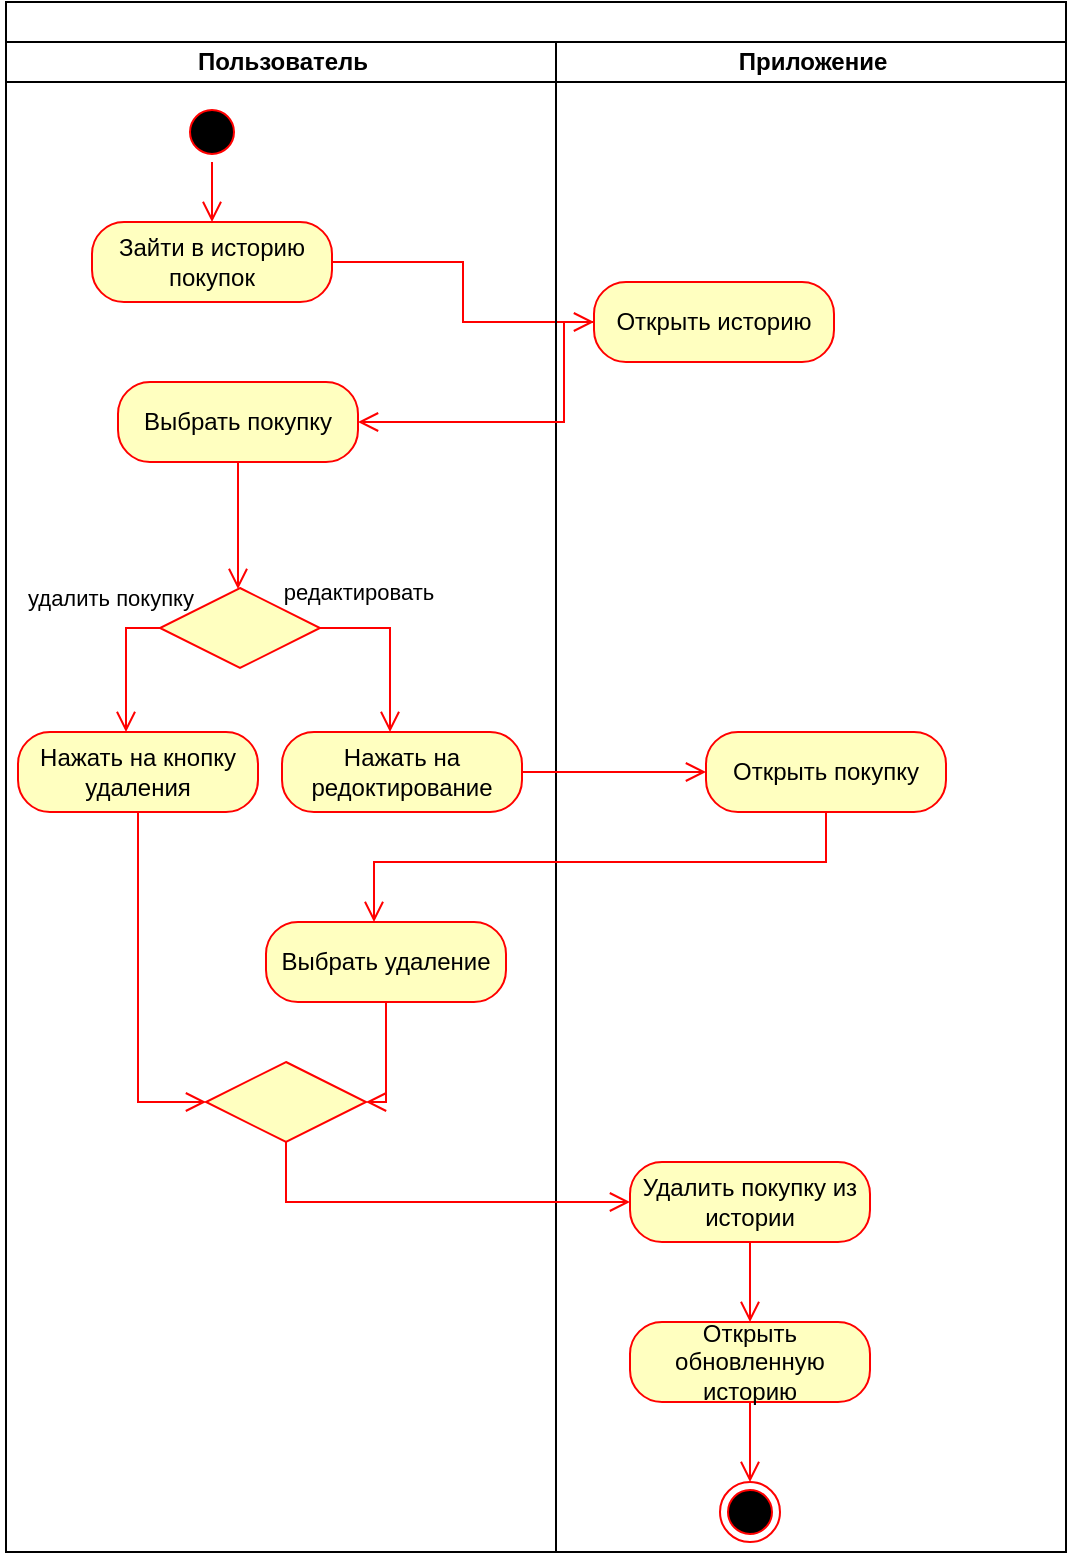
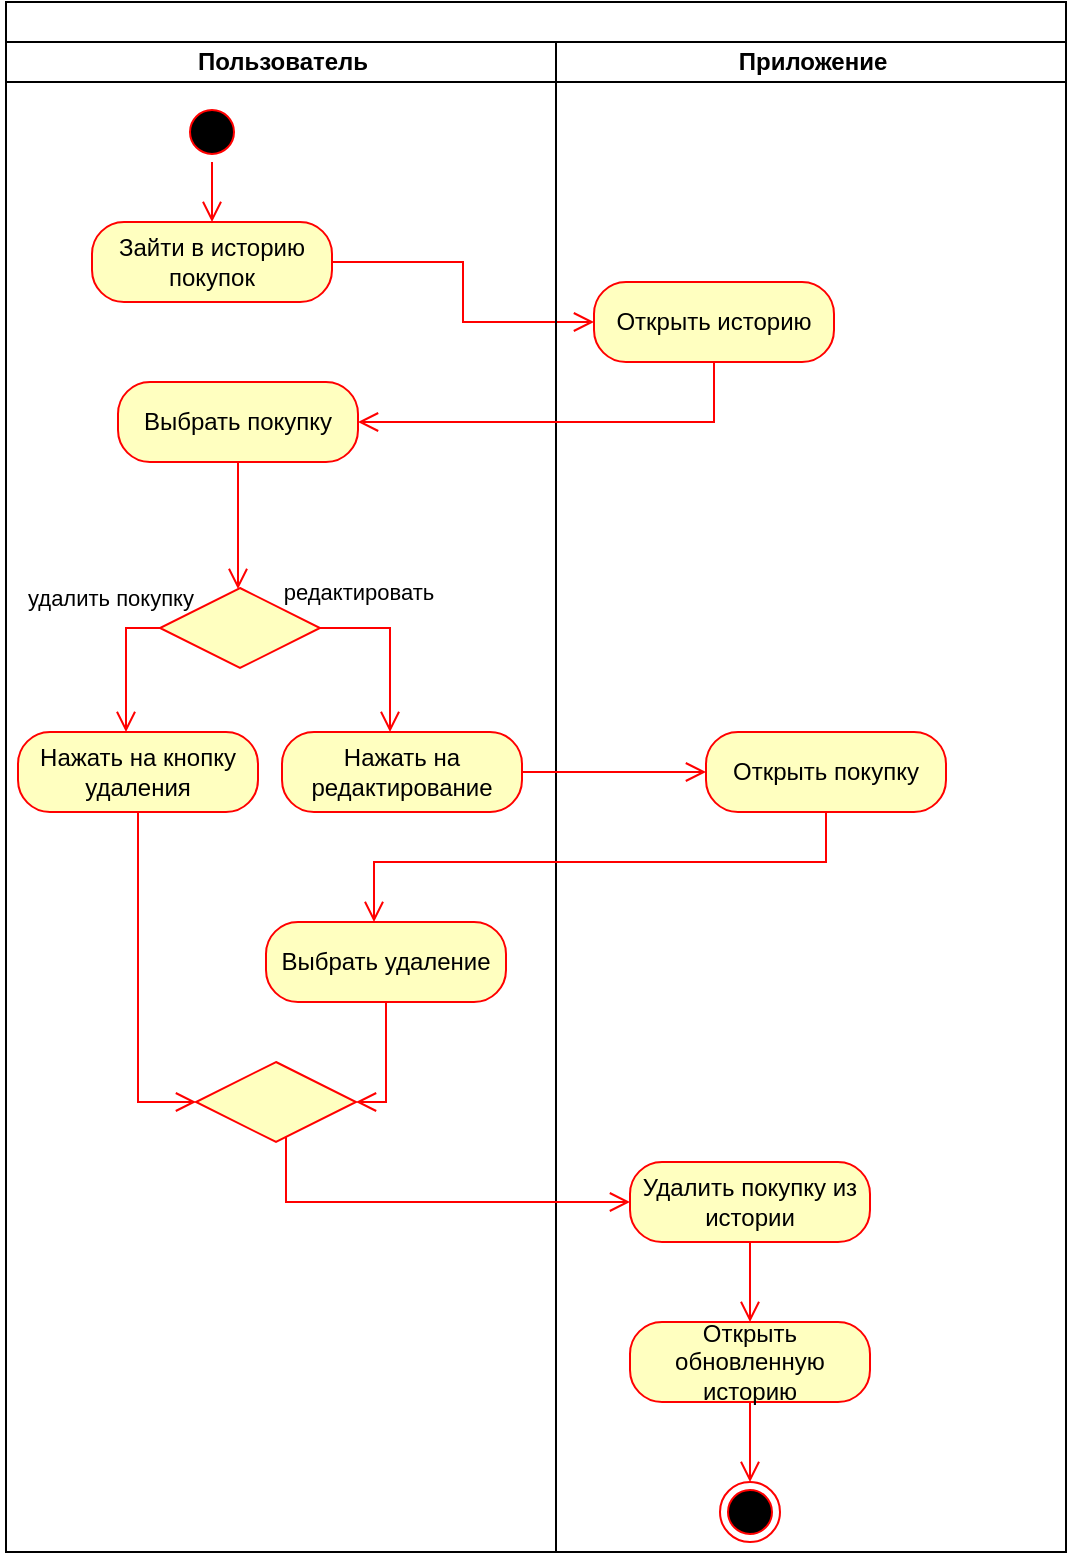
<mxfile host="Electron" agent="Mozilla/5.0 (Windows NT 10.0; Win64; x64) AppleWebKit/537.36 (KHTML, like Gecko) draw.io/27.0.9 Chrome/134.0.6998.205 Electron/35.4.0 Safari/537.36" version="27.0.9">
  <diagram name="Страница — 1" id="5GRrQG2EOqMJ03otw_wd">
    <mxGraphModel dx="1426" dy="841" grid="1" gridSize="10" guides="1" tooltips="1" connect="1" arrows="1" fold="1" page="1" pageScale="1" pageWidth="827" pageHeight="1169" math="0" shadow="0">
      <root>
        <mxCell id="0" />
        <mxCell id="1" parent="0" />
-         <mxCell id="jycF6XS3xGYjkscVFn8B-1" value="" style="swimlane;childLayout=stackLayout;resizeParent=1;resizeParentMax=0;startSize=20;html=1;" vertex="1" parent="1">
+         <mxCell id="jycF6XS3xGYjkscVFn8B-1" value="" style="swimlane;childLayout=stackLayout;resizeParent=1;resizeParentMax=0;startSize=20;html=1;" parent="1" vertex="1">
          <mxGeometry x="170" y="220" width="530" height="775" as="geometry" />
        </mxCell>
-         <mxCell id="jycF6XS3xGYjkscVFn8B-8" value="" style="edgeStyle=orthogonalEdgeStyle;html=1;verticalAlign=bottom;endArrow=open;endSize=8;strokeColor=#ff0000;rounded=0;" edge="1" source="jycF6XS3xGYjkscVFn8B-7" parent="jycF6XS3xGYjkscVFn8B-1" target="jycF6XS3xGYjkscVFn8B-13">
+         <mxCell id="jycF6XS3xGYjkscVFn8B-8" value="" style="edgeStyle=orthogonalEdgeStyle;html=1;verticalAlign=bottom;endArrow=open;endSize=8;strokeColor=#ff0000;rounded=0;" parent="jycF6XS3xGYjkscVFn8B-1" source="jycF6XS3xGYjkscVFn8B-7" target="jycF6XS3xGYjkscVFn8B-13" edge="1">
          <mxGeometry relative="1" as="geometry">
            <mxPoint x="103" y="210" as="targetPoint" />
          </mxGeometry>
        </mxCell>
-         <mxCell id="jycF6XS3xGYjkscVFn8B-2" value="Пользователь" style="swimlane;startSize=20;html=1;" vertex="1" parent="jycF6XS3xGYjkscVFn8B-1">
+         <mxCell id="jycF6XS3xGYjkscVFn8B-2" value="Пользователь" style="swimlane;startSize=20;html=1;" parent="jycF6XS3xGYjkscVFn8B-1" vertex="1">
          <mxGeometry y="20" width="275" height="755" as="geometry" />
        </mxCell>
-         <mxCell id="jycF6XS3xGYjkscVFn8B-5" value="" style="ellipse;html=1;shape=startState;fillColor=#000000;strokeColor=#ff0000;" vertex="1" parent="jycF6XS3xGYjkscVFn8B-2">
+         <mxCell id="jycF6XS3xGYjkscVFn8B-5" value="" style="ellipse;html=1;shape=startState;fillColor=#000000;strokeColor=#ff0000;" parent="jycF6XS3xGYjkscVFn8B-2" vertex="1">
          <mxGeometry x="88" y="30" width="30" height="30" as="geometry" />
        </mxCell>
-         <mxCell id="jycF6XS3xGYjkscVFn8B-6" value="" style="edgeStyle=orthogonalEdgeStyle;html=1;verticalAlign=bottom;endArrow=open;endSize=8;strokeColor=#ff0000;rounded=0;" edge="1" source="jycF6XS3xGYjkscVFn8B-5" parent="jycF6XS3xGYjkscVFn8B-2">
+         <mxCell id="jycF6XS3xGYjkscVFn8B-6" value="" style="edgeStyle=orthogonalEdgeStyle;html=1;verticalAlign=bottom;endArrow=open;endSize=8;strokeColor=#ff0000;rounded=0;" parent="jycF6XS3xGYjkscVFn8B-2" source="jycF6XS3xGYjkscVFn8B-5" edge="1">
          <mxGeometry relative="1" as="geometry">
            <mxPoint x="103" y="90" as="targetPoint" />
          </mxGeometry>
        </mxCell>
-         <mxCell id="jycF6XS3xGYjkscVFn8B-7" value="Зайти в историю покупок" style="rounded=1;whiteSpace=wrap;html=1;arcSize=40;fontColor=#000000;fillColor=#ffffc0;strokeColor=#ff0000;" vertex="1" parent="jycF6XS3xGYjkscVFn8B-2">
+         <mxCell id="jycF6XS3xGYjkscVFn8B-7" value="Зайти в историю покупок" style="rounded=1;whiteSpace=wrap;html=1;arcSize=40;fontColor=#000000;fillColor=#ffffc0;strokeColor=#ff0000;" parent="jycF6XS3xGYjkscVFn8B-2" vertex="1">
          <mxGeometry x="43" y="90" width="120" height="40" as="geometry" />
        </mxCell>
-         <mxCell id="jycF6XS3xGYjkscVFn8B-12" value="&lt;font style=&quot;font-size: 11px;&quot;&gt;удалить покупку&lt;/font&gt;" style="text;html=1;align=center;verticalAlign=middle;resizable=0;points=[];autosize=1;strokeColor=none;fillColor=none;" vertex="1" parent="jycF6XS3xGYjkscVFn8B-2">
+         <mxCell id="jycF6XS3xGYjkscVFn8B-12" value="&lt;font style=&quot;font-size: 11px;&quot;&gt;удалить покупку&lt;/font&gt;" style="text;html=1;align=center;verticalAlign=middle;resizable=0;points=[];autosize=1;strokeColor=none;fillColor=none;" parent="jycF6XS3xGYjkscVFn8B-2" vertex="1">
          <mxGeometry x="-3" y="263" width="110" height="30" as="geometry" />
        </mxCell>
-         <mxCell id="jycF6XS3xGYjkscVFn8B-23" value="Нажать на кнопку удаления" style="rounded=1;whiteSpace=wrap;html=1;arcSize=40;fontColor=#000000;fillColor=#ffffc0;strokeColor=#ff0000;" vertex="1" parent="jycF6XS3xGYjkscVFn8B-2">
+         <mxCell id="jycF6XS3xGYjkscVFn8B-23" value="Нажать на кнопку удаления" style="rounded=1;whiteSpace=wrap;html=1;arcSize=40;fontColor=#000000;fillColor=#ffffc0;strokeColor=#ff0000;" parent="jycF6XS3xGYjkscVFn8B-2" vertex="1">
          <mxGeometry x="6" y="345" width="120" height="40" as="geometry" />
        </mxCell>
-         <mxCell id="jycF6XS3xGYjkscVFn8B-24" value="" style="edgeStyle=orthogonalEdgeStyle;html=1;verticalAlign=bottom;endArrow=open;endSize=8;strokeColor=#ff0000;rounded=0;" edge="1" source="jycF6XS3xGYjkscVFn8B-23" parent="jycF6XS3xGYjkscVFn8B-2" target="jycF6XS3xGYjkscVFn8B-31">
+         <mxCell id="jycF6XS3xGYjkscVFn8B-24" value="" style="edgeStyle=orthogonalEdgeStyle;html=1;verticalAlign=bottom;endArrow=open;endSize=8;strokeColor=#ff0000;rounded=0;" parent="jycF6XS3xGYjkscVFn8B-2" source="jycF6XS3xGYjkscVFn8B-23" target="jycF6XS3xGYjkscVFn8B-31" edge="1">
          <mxGeometry relative="1" as="geometry">
            <mxPoint x="70" y="510" as="targetPoint" />
            <Array as="points">
              <mxPoint x="66" y="530" />
            </Array>
          </mxGeometry>
        </mxCell>
-         <mxCell id="jycF6XS3xGYjkscVFn8B-29" value="Выбрать удаление" style="rounded=1;whiteSpace=wrap;html=1;arcSize=40;fontColor=#000000;fillColor=#ffffc0;strokeColor=#ff0000;" vertex="1" parent="jycF6XS3xGYjkscVFn8B-2">
+         <mxCell id="jycF6XS3xGYjkscVFn8B-29" value="Выбрать удаление" style="rounded=1;whiteSpace=wrap;html=1;arcSize=40;fontColor=#000000;fillColor=#ffffc0;strokeColor=#ff0000;" parent="jycF6XS3xGYjkscVFn8B-2" vertex="1">
          <mxGeometry x="130" y="440" width="120" height="40" as="geometry" />
        </mxCell>
-         <mxCell id="jycF6XS3xGYjkscVFn8B-30" value="" style="edgeStyle=orthogonalEdgeStyle;html=1;verticalAlign=bottom;endArrow=open;endSize=8;strokeColor=#ff0000;rounded=0;" edge="1" source="jycF6XS3xGYjkscVFn8B-29" parent="jycF6XS3xGYjkscVFn8B-2" target="jycF6XS3xGYjkscVFn8B-31">
+         <mxCell id="jycF6XS3xGYjkscVFn8B-30" value="" style="edgeStyle=orthogonalEdgeStyle;html=1;verticalAlign=bottom;endArrow=open;endSize=8;strokeColor=#ff0000;rounded=0;" parent="jycF6XS3xGYjkscVFn8B-2" source="jycF6XS3xGYjkscVFn8B-29" target="jycF6XS3xGYjkscVFn8B-31" edge="1">
          <mxGeometry relative="1" as="geometry">
            <mxPoint x="184" y="580" as="targetPoint" />
            <Array as="points">
              <mxPoint x="190" y="530" />
            </Array>
          </mxGeometry>
        </mxCell>
-         <mxCell id="jycF6XS3xGYjkscVFn8B-31" value="" style="rhombus;whiteSpace=wrap;html=1;fontColor=#000000;fillColor=#ffffc0;strokeColor=#ff0000;" vertex="1" parent="jycF6XS3xGYjkscVFn8B-2">
-           <mxGeometry x="100" y="510" width="80" height="40" as="geometry" />
+         <mxCell id="jycF6XS3xGYjkscVFn8B-31" value="" style="rhombus;whiteSpace=wrap;html=1;fontColor=#000000;fillColor=#ffffc0;strokeColor=#ff0000;" parent="jycF6XS3xGYjkscVFn8B-2" vertex="1">
+           <mxGeometry x="95" y="510" width="80" height="40" as="geometry" />
        </mxCell>
-         <mxCell id="jycF6XS3xGYjkscVFn8B-3" value="Приложение" style="swimlane;startSize=20;html=1;" vertex="1" parent="jycF6XS3xGYjkscVFn8B-1">
+         <mxCell id="jycF6XS3xGYjkscVFn8B-3" value="Приложение" style="swimlane;startSize=20;html=1;" parent="jycF6XS3xGYjkscVFn8B-1" vertex="1">
          <mxGeometry x="275" y="20" width="255" height="755" as="geometry" />
        </mxCell>
-         <mxCell id="jycF6XS3xGYjkscVFn8B-13" value="Открыть историю" style="rounded=1;whiteSpace=wrap;html=1;arcSize=40;fontColor=#000000;fillColor=#ffffc0;strokeColor=#ff0000;" vertex="1" parent="jycF6XS3xGYjkscVFn8B-3">
+         <mxCell id="jycF6XS3xGYjkscVFn8B-13" value="Открыть историю" style="rounded=1;whiteSpace=wrap;html=1;arcSize=40;fontColor=#000000;fillColor=#ffffc0;strokeColor=#ff0000;" parent="jycF6XS3xGYjkscVFn8B-3" vertex="1">
          <mxGeometry x="19" y="120" width="120" height="40" as="geometry" />
        </mxCell>
-         <mxCell id="jycF6XS3xGYjkscVFn8B-25" value="Удалить покупку из истории" style="rounded=1;whiteSpace=wrap;html=1;arcSize=40;fontColor=#000000;fillColor=#ffffc0;strokeColor=#ff0000;" vertex="1" parent="jycF6XS3xGYjkscVFn8B-3">
+         <mxCell id="jycF6XS3xGYjkscVFn8B-25" value="Удалить покупку из истории" style="rounded=1;whiteSpace=wrap;html=1;arcSize=40;fontColor=#000000;fillColor=#ffffc0;strokeColor=#ff0000;" parent="jycF6XS3xGYjkscVFn8B-3" vertex="1">
          <mxGeometry x="37" y="560" width="120" height="40" as="geometry" />
        </mxCell>
-         <mxCell id="jycF6XS3xGYjkscVFn8B-26" value="" style="edgeStyle=orthogonalEdgeStyle;html=1;verticalAlign=bottom;endArrow=open;endSize=8;strokeColor=#ff0000;rounded=0;" edge="1" source="jycF6XS3xGYjkscVFn8B-25" parent="jycF6XS3xGYjkscVFn8B-3" target="jycF6XS3xGYjkscVFn8B-34">
+         <mxCell id="jycF6XS3xGYjkscVFn8B-26" value="" style="edgeStyle=orthogonalEdgeStyle;html=1;verticalAlign=bottom;endArrow=open;endSize=8;strokeColor=#ff0000;rounded=0;" parent="jycF6XS3xGYjkscVFn8B-3" source="jycF6XS3xGYjkscVFn8B-25" target="jycF6XS3xGYjkscVFn8B-34" edge="1">
          <mxGeometry relative="1" as="geometry">
            <mxPoint x="97" y="640" as="targetPoint" />
          </mxGeometry>
        </mxCell>
-         <mxCell id="jycF6XS3xGYjkscVFn8B-27" value="Открыть покупку" style="rounded=1;whiteSpace=wrap;html=1;arcSize=40;fontColor=#000000;fillColor=#ffffc0;strokeColor=#ff0000;" vertex="1" parent="jycF6XS3xGYjkscVFn8B-3">
+         <mxCell id="jycF6XS3xGYjkscVFn8B-27" value="Открыть покупку" style="rounded=1;whiteSpace=wrap;html=1;arcSize=40;fontColor=#000000;fillColor=#ffffc0;strokeColor=#ff0000;" parent="jycF6XS3xGYjkscVFn8B-3" vertex="1">
          <mxGeometry x="75" y="345" width="120" height="40" as="geometry" />
        </mxCell>
-         <mxCell id="jycF6XS3xGYjkscVFn8B-34" value="Открыть обновленную историю" style="rounded=1;whiteSpace=wrap;html=1;arcSize=40;fontColor=#000000;fillColor=#ffffc0;strokeColor=#ff0000;" vertex="1" parent="jycF6XS3xGYjkscVFn8B-3">
+         <mxCell id="jycF6XS3xGYjkscVFn8B-34" value="Открыть обновленную историю" style="rounded=1;whiteSpace=wrap;html=1;arcSize=40;fontColor=#000000;fillColor=#ffffc0;strokeColor=#ff0000;" parent="jycF6XS3xGYjkscVFn8B-3" vertex="1">
          <mxGeometry x="37" y="640" width="120" height="40" as="geometry" />
        </mxCell>
-         <mxCell id="jycF6XS3xGYjkscVFn8B-36" value="" style="edgeStyle=orthogonalEdgeStyle;html=1;verticalAlign=bottom;endArrow=open;endSize=8;strokeColor=#ff0000;rounded=0;" edge="1" parent="jycF6XS3xGYjkscVFn8B-3" source="jycF6XS3xGYjkscVFn8B-34" target="jycF6XS3xGYjkscVFn8B-37">
+         <mxCell id="jycF6XS3xGYjkscVFn8B-36" value="" style="edgeStyle=orthogonalEdgeStyle;html=1;verticalAlign=bottom;endArrow=open;endSize=8;strokeColor=#ff0000;rounded=0;" parent="jycF6XS3xGYjkscVFn8B-3" source="jycF6XS3xGYjkscVFn8B-34" target="jycF6XS3xGYjkscVFn8B-37" edge="1">
          <mxGeometry relative="1" as="geometry">
            <mxPoint x="550" y="1010" as="targetPoint" />
            <mxPoint x="542" y="920" as="sourcePoint" />
          </mxGeometry>
        </mxCell>
-         <mxCell id="jycF6XS3xGYjkscVFn8B-37" value="" style="ellipse;html=1;shape=endState;fillColor=#000000;strokeColor=#ff0000;" vertex="1" parent="jycF6XS3xGYjkscVFn8B-3">
+         <mxCell id="jycF6XS3xGYjkscVFn8B-37" value="" style="ellipse;html=1;shape=endState;fillColor=#000000;strokeColor=#ff0000;" parent="jycF6XS3xGYjkscVFn8B-3" vertex="1">
          <mxGeometry x="82" y="720" width="30" height="30" as="geometry" />
        </mxCell>
-         <mxCell id="jycF6XS3xGYjkscVFn8B-28" value="" style="edgeStyle=orthogonalEdgeStyle;html=1;verticalAlign=bottom;endArrow=open;endSize=8;strokeColor=#ff0000;rounded=0;" edge="1" source="jycF6XS3xGYjkscVFn8B-27" parent="jycF6XS3xGYjkscVFn8B-1" target="jycF6XS3xGYjkscVFn8B-29">
+         <mxCell id="jycF6XS3xGYjkscVFn8B-28" value="" style="edgeStyle=orthogonalEdgeStyle;html=1;verticalAlign=bottom;endArrow=open;endSize=8;strokeColor=#ff0000;rounded=0;" parent="jycF6XS3xGYjkscVFn8B-1" source="jycF6XS3xGYjkscVFn8B-27" target="jycF6XS3xGYjkscVFn8B-29" edge="1">
          <mxGeometry relative="1" as="geometry">
            <mxPoint x="403" y="380" as="targetPoint" />
            <Array as="points">
              <mxPoint x="410" y="430" />
              <mxPoint x="184" y="430" />
            </Array>
          </mxGeometry>
        </mxCell>
-         <mxCell id="jycF6XS3xGYjkscVFn8B-32" value="" style="edgeStyle=orthogonalEdgeStyle;html=1;align=left;verticalAlign=bottom;endArrow=open;endSize=8;strokeColor=#ff0000;rounded=0;" edge="1" source="jycF6XS3xGYjkscVFn8B-31" parent="jycF6XS3xGYjkscVFn8B-1" target="jycF6XS3xGYjkscVFn8B-25">
+         <mxCell id="jycF6XS3xGYjkscVFn8B-32" value="" style="edgeStyle=orthogonalEdgeStyle;html=1;align=left;verticalAlign=bottom;endArrow=open;endSize=8;strokeColor=#ff0000;rounded=0;" parent="jycF6XS3xGYjkscVFn8B-1" source="jycF6XS3xGYjkscVFn8B-31" target="jycF6XS3xGYjkscVFn8B-25" edge="1">
          <mxGeometry x="-1" relative="1" as="geometry">
            <mxPoint x="280" y="550" as="targetPoint" />
            <Array as="points">
              <mxPoint x="140" y="600" />
              <mxPoint x="372" y="600" />
            </Array>
          </mxGeometry>
        </mxCell>
-         <mxCell id="jycF6XS3xGYjkscVFn8B-18" value="" style="edgeStyle=orthogonalEdgeStyle;html=1;verticalAlign=bottom;endArrow=open;endSize=8;strokeColor=#ff0000;rounded=0;" edge="1" source="jycF6XS3xGYjkscVFn8B-17" parent="1" target="jycF6XS3xGYjkscVFn8B-27">
+         <mxCell id="jycF6XS3xGYjkscVFn8B-18" value="" style="edgeStyle=orthogonalEdgeStyle;html=1;verticalAlign=bottom;endArrow=open;endSize=8;strokeColor=#ff0000;rounded=0;" parent="1" source="jycF6XS3xGYjkscVFn8B-17" target="jycF6XS3xGYjkscVFn8B-27" edge="1">
          <mxGeometry relative="1" as="geometry">
            <mxPoint x="680" y="635" as="targetPoint" />
          </mxGeometry>
        </mxCell>
-         <mxCell id="jycF6XS3xGYjkscVFn8B-10" value="" style="edgeStyle=orthogonalEdgeStyle;html=1;align=left;verticalAlign=bottom;endArrow=open;endSize=8;strokeColor=#ff0000;rounded=0;" edge="1" source="jycF6XS3xGYjkscVFn8B-9" parent="1" target="jycF6XS3xGYjkscVFn8B-17">
+         <mxCell id="jycF6XS3xGYjkscVFn8B-10" value="" style="edgeStyle=orthogonalEdgeStyle;html=1;align=left;verticalAlign=bottom;endArrow=open;endSize=8;strokeColor=#ff0000;rounded=0;" parent="1" source="jycF6XS3xGYjkscVFn8B-9" target="jycF6XS3xGYjkscVFn8B-17" edge="1">
          <mxGeometry x="-1" relative="1" as="geometry">
            <mxPoint x="346" y="587" as="targetPoint" />
            <Array as="points">
              <mxPoint x="362" y="533" />
            </Array>
          </mxGeometry>
        </mxCell>
-         <mxCell id="jycF6XS3xGYjkscVFn8B-11" value="" style="edgeStyle=orthogonalEdgeStyle;html=1;align=left;verticalAlign=top;endArrow=open;endSize=8;strokeColor=#ff0000;rounded=0;" edge="1" source="jycF6XS3xGYjkscVFn8B-9" parent="1" target="jycF6XS3xGYjkscVFn8B-23">
+         <mxCell id="jycF6XS3xGYjkscVFn8B-11" value="" style="edgeStyle=orthogonalEdgeStyle;html=1;align=left;verticalAlign=top;endArrow=open;endSize=8;strokeColor=#ff0000;rounded=0;" parent="1" source="jycF6XS3xGYjkscVFn8B-9" target="jycF6XS3xGYjkscVFn8B-23" edge="1">
          <mxGeometry x="-1" relative="1" as="geometry">
            <mxPoint x="216" y="587" as="targetPoint" />
            <Array as="points">
              <mxPoint x="230" y="533" />
            </Array>
          </mxGeometry>
        </mxCell>
-         <mxCell id="jycF6XS3xGYjkscVFn8B-16" value="" style="edgeStyle=orthogonalEdgeStyle;html=1;verticalAlign=bottom;endArrow=open;endSize=8;strokeColor=#ff0000;rounded=0;" edge="1" source="jycF6XS3xGYjkscVFn8B-15" parent="1" target="jycF6XS3xGYjkscVFn8B-9">
+         <mxCell id="jycF6XS3xGYjkscVFn8B-16" value="" style="edgeStyle=orthogonalEdgeStyle;html=1;verticalAlign=bottom;endArrow=open;endSize=8;strokeColor=#ff0000;rounded=0;" parent="1" source="jycF6XS3xGYjkscVFn8B-15" target="jycF6XS3xGYjkscVFn8B-9" edge="1">
          <mxGeometry relative="1" as="geometry">
            <mxPoint x="456" y="610" as="targetPoint" />
            <Array as="points">
              <mxPoint x="286" y="490" />
              <mxPoint x="286" y="490" />
            </Array>
          </mxGeometry>
        </mxCell>
-         <mxCell id="jycF6XS3xGYjkscVFn8B-9" value="" style="rhombus;whiteSpace=wrap;html=1;fontColor=#000000;fillColor=#ffffc0;strokeColor=#ff0000;" vertex="1" parent="1">
+         <mxCell id="jycF6XS3xGYjkscVFn8B-9" value="" style="rhombus;whiteSpace=wrap;html=1;fontColor=#000000;fillColor=#ffffc0;strokeColor=#ff0000;" parent="1" vertex="1">
          <mxGeometry x="247" y="513" width="80" height="40" as="geometry" />
        </mxCell>
-         <mxCell id="jycF6XS3xGYjkscVFn8B-15" value="Выбрать покупку" style="rounded=1;whiteSpace=wrap;html=1;arcSize=40;fontColor=#000000;fillColor=#ffffc0;strokeColor=#ff0000;" vertex="1" parent="1">
+         <mxCell id="jycF6XS3xGYjkscVFn8B-15" value="Выбрать покупку" style="rounded=1;whiteSpace=wrap;html=1;arcSize=40;fontColor=#000000;fillColor=#ffffc0;strokeColor=#ff0000;" parent="1" vertex="1">
          <mxGeometry x="226" y="410" width="120" height="40" as="geometry" />
        </mxCell>
-         <mxCell id="jycF6XS3xGYjkscVFn8B-19" value="&lt;font style=&quot;font-size: 11px;&quot;&gt;редактировать&lt;/font&gt;" style="text;html=1;align=center;verticalAlign=middle;resizable=0;points=[];autosize=1;strokeColor=none;fillColor=none;" vertex="1" parent="1">
+         <mxCell id="jycF6XS3xGYjkscVFn8B-19" value="&lt;font style=&quot;font-size: 11px;&quot;&gt;редактировать&lt;/font&gt;" style="text;html=1;align=center;verticalAlign=middle;resizable=0;points=[];autosize=1;strokeColor=none;fillColor=none;" parent="1" vertex="1">
          <mxGeometry x="296" y="500" width="100" height="30" as="geometry" />
        </mxCell>
-         <mxCell id="jycF6XS3xGYjkscVFn8B-17" value="Нажать на редоктирование" style="rounded=1;whiteSpace=wrap;html=1;arcSize=40;fontColor=#000000;fillColor=#ffffc0;strokeColor=#ff0000;" vertex="1" parent="1">
+         <mxCell id="jycF6XS3xGYjkscVFn8B-17" value="Нажать на редактирование" style="rounded=1;whiteSpace=wrap;html=1;arcSize=40;fontColor=#000000;fillColor=#ffffc0;strokeColor=#ff0000;" parent="1" vertex="1">
          <mxGeometry x="308" y="585" width="120" height="40" as="geometry" />
        </mxCell>
-         <mxCell id="jycF6XS3xGYjkscVFn8B-14" value="" style="edgeStyle=orthogonalEdgeStyle;html=1;verticalAlign=bottom;endArrow=open;endSize=8;strokeColor=#ff0000;rounded=0;" edge="1" source="jycF6XS3xGYjkscVFn8B-13" parent="1" target="jycF6XS3xGYjkscVFn8B-15">
+         <mxCell id="jycF6XS3xGYjkscVFn8B-14" value="" style="edgeStyle=orthogonalEdgeStyle;html=1;verticalAlign=bottom;endArrow=open;endSize=8;strokeColor=#ff0000;rounded=0;" parent="1" source="jycF6XS3xGYjkscVFn8B-13" target="jycF6XS3xGYjkscVFn8B-15" edge="1">
          <mxGeometry relative="1" as="geometry">
            <mxPoint x="680" y="660" as="targetPoint" />
            <Array as="points">
-               <mxPoint x="449" y="430" />
+               <mxPoint x="524" y="430" />
            </Array>
          </mxGeometry>
        </mxCell>
      </root>
    </mxGraphModel>
  </diagram>
</mxfile>
